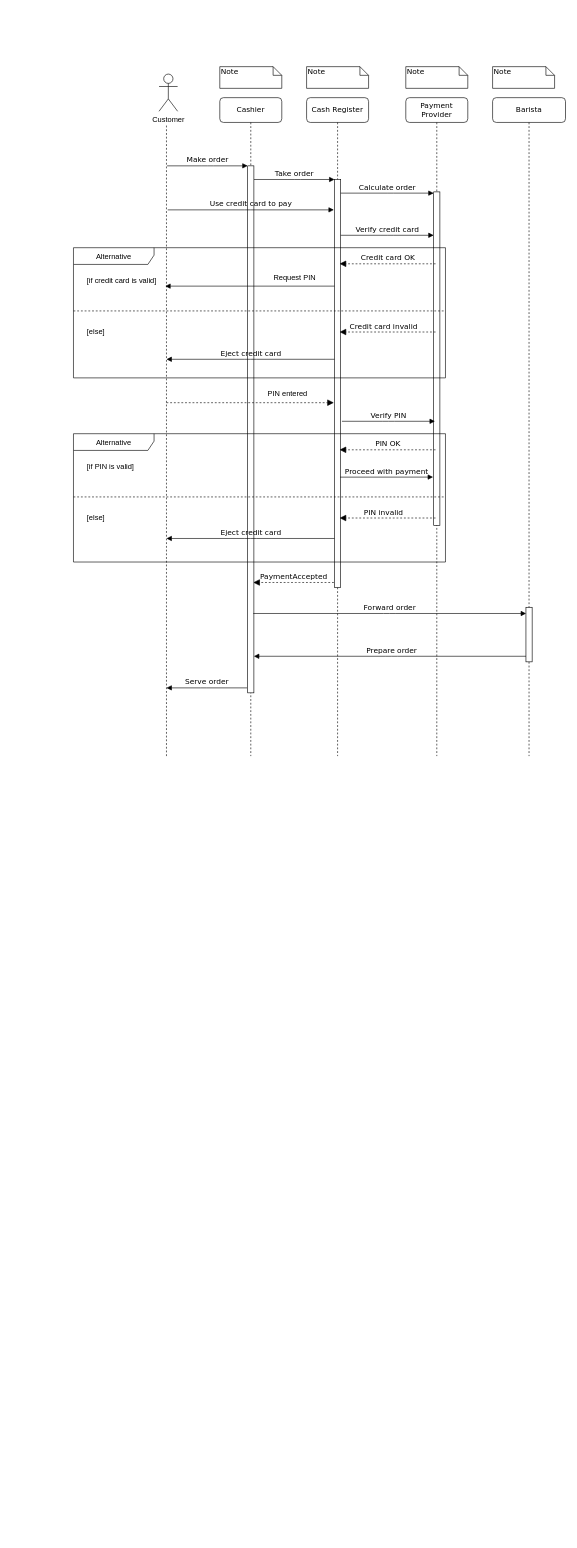
Before: UML_Sequence.drawio in adriennhorvath/architecture, a draw.io diagram. Source tidied: cells renumbered, new cells numbered last; positions are measured from the earlier drawing's top-left corner, leaving out a move shared by most shapes. Both pictures are drawn from the tidied source at 62%, with x=0, y=0 at pixel (73, 66).
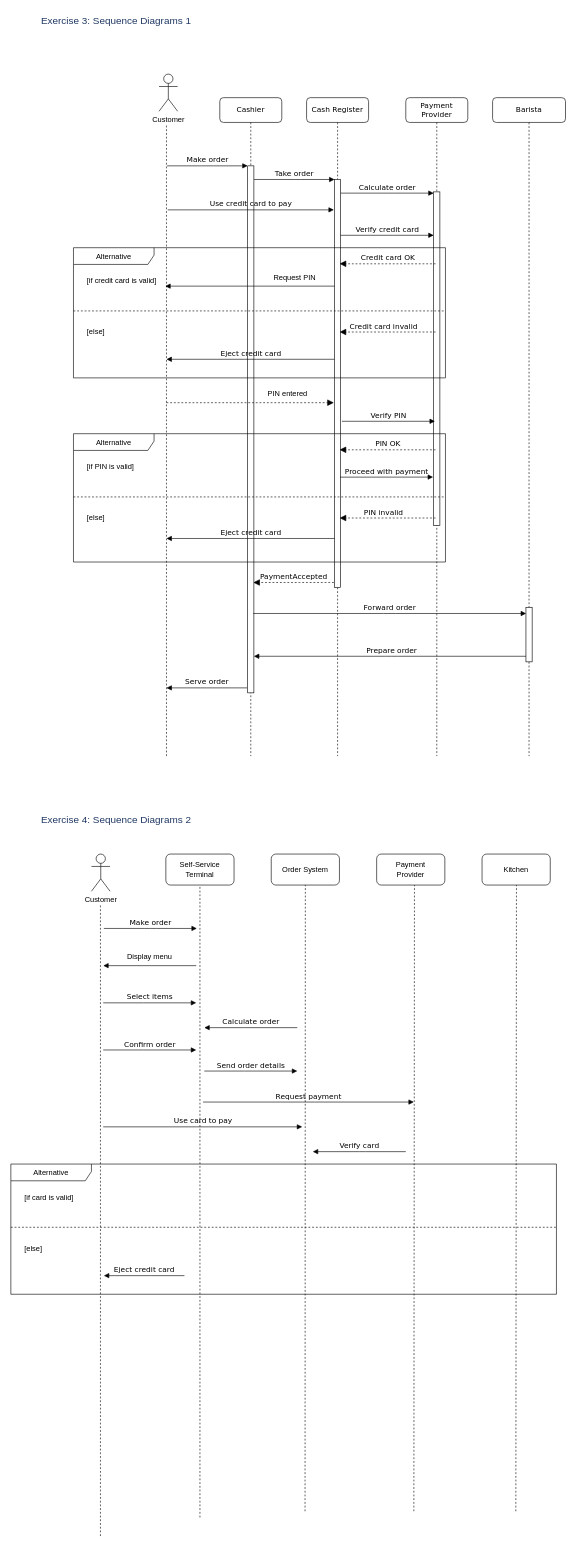
After the change.

The edit, as a diff of the source:
```diff
@@
-    <mxCell id="17" value="Note" style="shape=note;whiteSpace=wrap;html=1;size=14;verticalAlign=top;align=left;spacingTop=-6;rounded=0;shadow=0;comic=0;labelBackgroundColor=none;strokeWidth=1;fontFamily=Verdana;fontSize=12;" parent="1" vertex="1">
-      <mxGeometry x="236" width="100" height="35" as="geometry" />
-    </mxCell>
-    <mxCell id="18" value="Note" style="shape=note;whiteSpace=wrap;html=1;size=14;verticalAlign=top;align=left;spacingTop=-6;rounded=0;shadow=0;comic=0;labelBackgroundColor=none;strokeWidth=1;fontFamily=Verdana;fontSize=12;" parent="1" vertex="1">
-      <mxGeometry x="376" width="100" height="35" as="geometry" />
-    </mxCell>
-    <mxCell id="19" value="Note" style="shape=note;whiteSpace=wrap;html=1;size=14;verticalAlign=top;align=left;spacingTop=-6;rounded=0;shadow=0;comic=0;labelBackgroundColor=none;strokeWidth=1;fontFamily=Verdana;fontSize=12;" parent="1" vertex="1">
-      <mxGeometry x="536" width="100" height="35" as="geometry" />
-    </mxCell>
-    <mxCell id="20" value="Note" style="shape=note;whiteSpace=wrap;html=1;size=14;verticalAlign=top;align=left;spacingTop=-6;rounded=0;shadow=0;comic=0;labelBackgroundColor=none;strokeWidth=1;fontFamily=Verdana;fontSize=12;" parent="1" vertex="1">
-      <mxGeometry x="676" width="100" height="35" as="geometry" />
-    </mxCell>
@@
+    <mxCell id="43" value="&lt;span style=&quot;text-align: start;&quot; id=&quot;docs-internal-guid-cdbfab5d-7fff-5e67-5db4-cd795bbfa352&quot;&gt;&lt;span style=&quot;font-size: 12pt; font-family: Calibri, sans-serif; color: rgb(31, 56, 99); font-variant-ligatures: normal; font-variant-alternates: normal; font-variant-numeric: normal; font-variant-east-asian: normal; font-variant-position: normal; vertical-align: baseline; white-space: pre-wrap;&quot;&gt;Exercise 3: Sequence Diagrams 1&lt;/span&gt;&lt;/span&gt;" style="text;html=1;align=center;verticalAlign=middle;whiteSpace=wrap;rounded=0;" parent="1" vertex="1">
+      <mxGeometry x="-81" y="-90" width="300" height="30" as="geometry" />
+    </mxCell>
+    <mxCell id="44" value="&lt;span style=&quot;text-align: start;&quot; id=&quot;docs-internal-guid-c14298d2-7fff-0f40-d17e-be7b95646ebd&quot;&gt;&lt;span style=&quot;font-size: 12pt; font-family: Calibri, sans-serif; color: rgb(31, 56, 99); font-variant-ligatures: normal; font-variant-alternates: normal; font-variant-numeric: normal; font-variant-east-asian: normal; font-variant-position: normal; vertical-align: baseline; white-space: pre-wrap;&quot;&gt;Exercise 4: Sequence Diagrams 2&lt;/span&gt;&lt;/span&gt;" style="text;html=1;align=center;verticalAlign=middle;whiteSpace=wrap;rounded=0;" parent="1" vertex="1">
+      <mxGeometry x="-81" y="1200" width="300" height="30" as="geometry" />
+    </mxCell>
+    <mxCell id="45" value="Customer" style="shape=umlActor;verticalLabelPosition=bottom;verticalAlign=top;html=1;" parent="1" vertex="1">
+      <mxGeometry x="29" y="1270" width="30" height="60" as="geometry" />
+    </mxCell>
+    <mxCell id="46" style="rounded=1;whiteSpace=wrap;html=1;" parent="1" vertex="1">
+      <mxGeometry x="149" y="1270" width="110" height="50" as="geometry" />
+    </mxCell>
+    <mxCell id="47" style="rounded=1;whiteSpace=wrap;html=1;" parent="1" vertex="1">
+      <mxGeometry x="319" y="1270" width="110" height="50" as="geometry" />
+    </mxCell>
+    <mxCell id="48" style="rounded=1;whiteSpace=wrap;html=1;" parent="1" vertex="1">
+      <mxGeometry x="489" y="1270" width="110" height="50" as="geometry" />
+    </mxCell>
+    <mxCell id="49" style="rounded=1;whiteSpace=wrap;html=1;" parent="1" vertex="1">
+      <mxGeometry x="659" y="1270" width="110" height="50" as="geometry" />
+    </mxCell>
+    <mxCell id="50" value="Self-Service Terminal" style="text;html=1;align=center;verticalAlign=middle;whiteSpace=wrap;rounded=0;" parent="1" vertex="1">
+      <mxGeometry x="159" y="1280" width="90" height="30" as="geometry" />
+    </mxCell>
+    <mxCell id="51" value="Order System" style="text;html=1;align=center;verticalAlign=middle;whiteSpace=wrap;rounded=0;" parent="1" vertex="1">
+      <mxGeometry x="329" y="1280" width="90" height="30" as="geometry" />
+    </mxCell>
+    <mxCell id="52" value="Payment Provider" style="text;html=1;align=center;verticalAlign=middle;whiteSpace=wrap;rounded=0;" parent="1" vertex="1">
+      <mxGeometry x="499" y="1280" width="90" height="30" as="geometry" />
+    </mxCell>
+    <mxCell id="53" value="Kitchen" style="text;html=1;align=center;verticalAlign=middle;whiteSpace=wrap;rounded=0;" parent="1" vertex="1">
+      <mxGeometry x="669" y="1280" width="90" height="30" as="geometry" />
+    </mxCell>
+    <mxCell id="54" style="endArrow=none;dashed=1;html=1;rounded=0;entryX=0.5;entryY=1;entryDx=0;entryDy=0;" parent="1" edge="1" target="46">
+      <mxGeometry relative="1" as="geometry">
+        <mxPoint x="204" y="2340" as="sourcePoint" />
+      </mxGeometry>
+    </mxCell>
+    <mxCell id="55" style="endArrow=none;dashed=1;html=1;rounded=0;entryX=0.5;entryY=1;entryDx=0;entryDy=0;" parent="1" edge="1" target="47">
+      <mxGeometry relative="1" as="geometry">
+        <mxPoint x="373.5" y="2330" as="sourcePoint" />
+      </mxGeometry>
+    </mxCell>
+    <mxCell id="56" style="endArrow=none;dashed=1;html=1;rounded=0;" parent="1" edge="1">
+      <mxGeometry relative="1" as="geometry">
+        <mxPoint x="549" y="2330" as="sourcePoint" />
+        <mxPoint x="550" y="1320" as="targetPoint" />
+      </mxGeometry>
+    </mxCell>
+    <mxCell id="57" style="endArrow=none;dashed=1;html=1;rounded=0;" parent="1" edge="1">
+      <mxGeometry relative="1" as="geometry">
+        <mxPoint x="713.5" y="2330" as="sourcePoint" />
+        <mxPoint x="714.5" y="1320" as="targetPoint" />
+      </mxGeometry>
+    </mxCell>
+    <mxCell id="58" style="endArrow=none;dashed=1;html=1;rounded=0;entryX=0.5;entryY=1;entryDx=0;entryDy=0;" parent="1" edge="1">
+      <mxGeometry relative="1" as="geometry">
+        <mxPoint x="43.5" y="2370" as="sourcePoint" />
+        <mxPoint x="43.5" y="1350" as="targetPoint" />
+      </mxGeometry>
+    </mxCell>
+    <mxCell id="59" value="Make order" style="html=1;verticalAlign=bottom;endArrow=block;labelBackgroundColor=none;fontFamily=Verdana;fontSize=12;edgeStyle=elbowEdgeStyle;elbow=vertical;" parent="1" edge="1">
+      <mxGeometry relative="1" as="geometry">
+        <mxPoint x="49" y="1390" as="sourcePoint" />
+        <mxPoint x="199" y="1390" as="targetPoint" />
+      </mxGeometry>
+    </mxCell>
+    <mxCell id="60" style="endArrow=block;html=1;rounded=0;endFill=1;" parent="1" edge="1">
+      <mxGeometry relative="1" as="geometry">
+        <mxPoint x="198" y="1450" as="sourcePoint" />
+        <mxPoint x="48" y="1450" as="targetPoint" />
+      </mxGeometry>
+    </mxCell>
+    <mxCell id="61" value="Display menu" style="text;html=1;align=center;verticalAlign=middle;whiteSpace=wrap;rounded=0;" parent="1" vertex="1">
+      <mxGeometry x="78" y="1420" width="90" height="30" as="geometry" />
+    </mxCell>
+    <mxCell id="62" value="Select items" style="html=1;verticalAlign=bottom;endArrow=block;labelBackgroundColor=none;fontFamily=Verdana;fontSize=12;edgeStyle=elbowEdgeStyle;elbow=vertical;" parent="1" edge="1">
+      <mxGeometry relative="1" as="geometry">
+        <mxPoint x="48" y="1510" as="sourcePoint" />
+        <mxPoint x="198" y="1510" as="targetPoint" />
+      </mxGeometry>
+    </mxCell>
+    <mxCell id="63" value="Confirm order" style="html=1;verticalAlign=bottom;endArrow=block;labelBackgroundColor=none;fontFamily=Verdana;fontSize=12;edgeStyle=elbowEdgeStyle;elbow=vertical;" parent="1" edge="1">
+      <mxGeometry relative="1" as="geometry">
+        <mxPoint x="48" y="1586" as="sourcePoint" />
+        <mxPoint x="198" y="1586" as="targetPoint" />
+      </mxGeometry>
+    </mxCell>
+    <mxCell id="64" value="Send order details" style="html=1;verticalAlign=bottom;endArrow=block;labelBackgroundColor=none;fontFamily=Verdana;fontSize=12;edgeStyle=elbowEdgeStyle;elbow=vertical;" parent="1" edge="1">
+      <mxGeometry relative="1" as="geometry">
+        <mxPoint x="211" y="1620" as="sourcePoint" />
+        <mxPoint x="361" y="1620" as="targetPoint" />
+      </mxGeometry>
+    </mxCell>
+    <mxCell id="65" value="Request payment" style="html=1;verticalAlign=bottom;endArrow=block;labelBackgroundColor=none;fontFamily=Verdana;fontSize=12;edgeStyle=elbowEdgeStyle;elbow=vertical;" parent="1" edge="1">
+      <mxGeometry relative="1" as="geometry">
+        <mxPoint x="209" y="1670" as="sourcePoint" />
+        <mxPoint x="549" y="1670" as="targetPoint" />
+      </mxGeometry>
+    </mxCell>
+    <mxCell id="66" value="Alternative" style="shape=umlFrame;whiteSpace=wrap;html=1;width=130;height=27;" parent="1" vertex="1">
+      <mxGeometry x="-101" y="1770" width="880" height="210" as="geometry" />
+    </mxCell>
+    <mxCell id="67" value="[if card is valid]" style="text;html=1;" parent="66" vertex="1">
+      <mxGeometry width="100" height="20" relative="1" as="geometry">
+        <mxPoint x="20" y="40" as="offset" />
+      </mxGeometry>
+    </mxCell>
+    <mxCell id="68" value="[else]" style="line;strokeWidth=1;dashed=1;labelPosition=center;verticalLabelPosition=bottom;align=left;verticalAlign=top;spacingLeft=20;spacingTop=15;html=1;whiteSpace=wrap;" parent="66" vertex="1">
+      <mxGeometry y="97" width="880" height="10" as="geometry" />
+    </mxCell>
+    <mxCell id="69" value="Eject credit card" style="html=1;verticalAlign=bottom;endArrow=none;labelBackgroundColor=none;fontFamily=Verdana;fontSize=12;edgeStyle=elbowEdgeStyle;elbow=vertical;startFill=1;startArrow=block;" parent="66" edge="1">
+      <mxGeometry relative="1" as="geometry">
+        <mxPoint x="150" y="180" as="sourcePoint" />
+        <mxPoint x="280" y="180" as="targetPoint" />
+      </mxGeometry>
+    </mxCell>
+    <mxCell id="70" value="Calculate order" style="html=1;verticalAlign=bottom;endArrow=none;labelBackgroundColor=none;fontFamily=Verdana;fontSize=12;edgeStyle=elbowEdgeStyle;elbow=vertical;startFill=1;startArrow=block;" parent="1" edge="1">
+      <mxGeometry relative="1" as="geometry">
+        <mxPoint x="211" y="1550" as="sourcePoint" />
+        <mxPoint x="361" y="1550" as="targetPoint" />
+      </mxGeometry>
+    </mxCell>
+    <mxCell id="71" value="Use card to pay" style="html=1;verticalAlign=bottom;endArrow=block;labelBackgroundColor=none;fontFamily=Verdana;fontSize=12;edgeStyle=elbowEdgeStyle;elbow=vertical;" parent="1" edge="1">
+      <mxGeometry relative="1" as="geometry">
+        <mxPoint x="48" y="1710" as="sourcePoint" />
+        <mxPoint x="369" y="1710" as="targetPoint" />
+      </mxGeometry>
+    </mxCell>
+    <mxCell id="72" value="Verify card" style="html=1;verticalAlign=bottom;endArrow=none;labelBackgroundColor=none;fontFamily=Verdana;fontSize=12;edgeStyle=elbowEdgeStyle;elbow=vertical;startFill=1;startArrow=block;" parent="1" edge="1">
+      <mxGeometry relative="1" as="geometry">
+        <mxPoint x="386" y="1750" as="sourcePoint" />
+        <mxPoint x="536" y="1750" as="targetPoint" />
+      </mxGeometry>
+    </mxCell>
```
